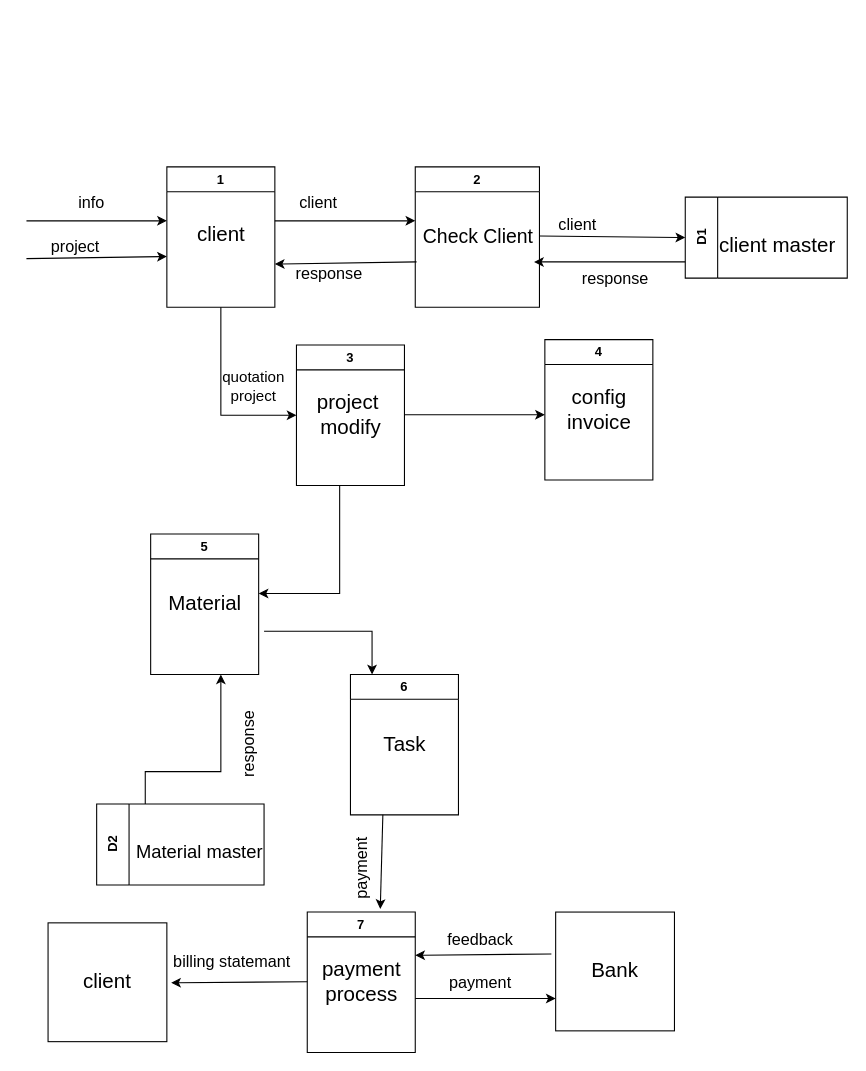
Foos-Abdullahi/final keeps this draw.io diagram as Construction_MT/Costruction Diagram/Level one Diagram.drawio. Above is the earlier version. Source tidied: cells renumbered, new cells numbered last; positions are measured from the earlier drawing's top-left corner, leaving out a move shared by most shapes. Both pictures are drawn from the tidied source at 108%, with x=0, y=0 at pixel (26, 166).
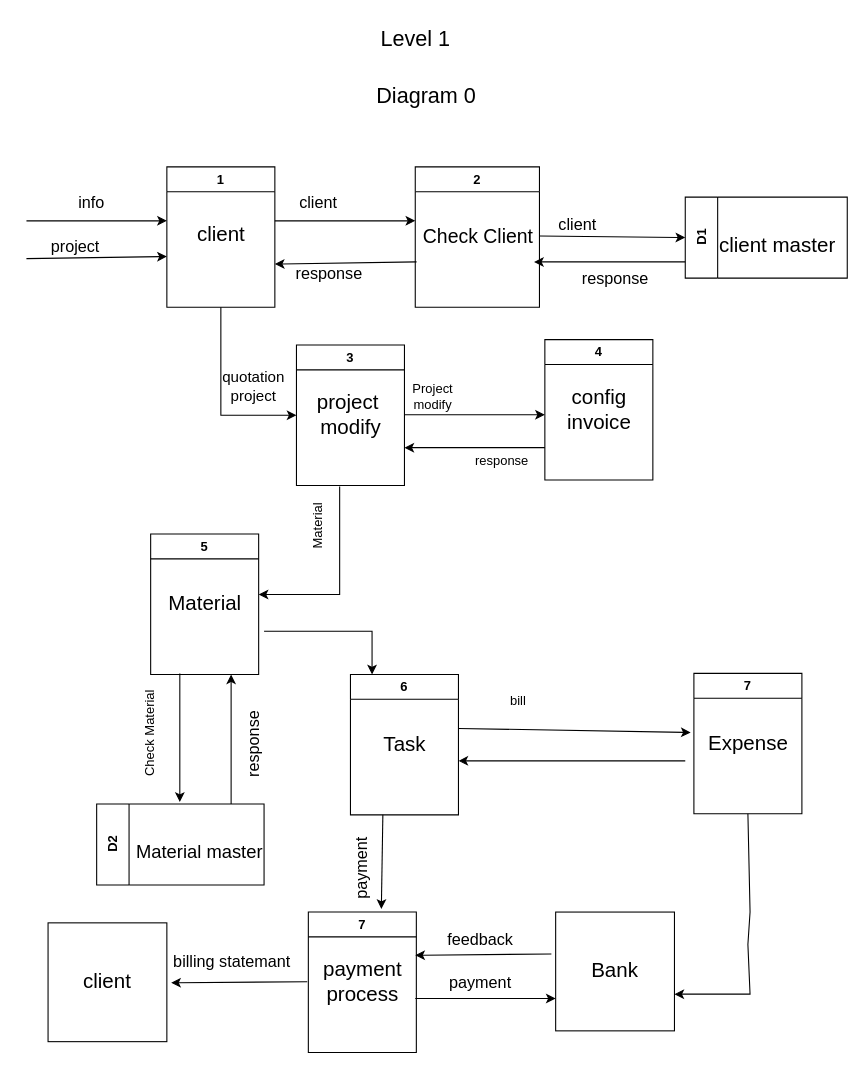
Above is the later version.

Diff of the diagram source:
```diff
@@
     <mxCell id="27" style="endArrow=classic;html=1;rounded=0;exitX=0.5;exitY=1;exitDx=0;exitDy=0;" parent="1" edge="1">
       <mxGeometry relative="1" as="geometry">
-        <mxPoint x="290" y="295" as="sourcePoint" />
-        <mxPoint x="215" y="395" as="targetPoint" />
+        <mxPoint x="290" y="296" as="sourcePoint" />
+        <mxPoint x="215" y="396" as="targetPoint" />
         <Array as="points">
-          <mxPoint x="290" y="395" />
+          <mxPoint x="290" y="396" />
         </Array>
       </mxGeometry>
     </mxCell>
@@
     <mxCell id="33" style="endArrow=classic;html=1;rounded=0;" parent="1" edge="1">
       <mxGeometry relative="1" as="geometry">
-        <mxPoint x="110" y="590" as="sourcePoint" />
-        <mxPoint x="180" y="470" as="targetPoint" />
-        <Array as="points">
-          <mxPoint x="110" y="560" />
-          <mxPoint x="180" y="560" />
-        </Array>
+        <mxPoint x="189.5" y="590" as="sourcePoint" />
+        <mxPoint x="189.5" y="470" as="targetPoint" />
       </mxGeometry>
     </mxCell>
@@
     <mxCell id="36" value="7" style="swimlane;whiteSpace=wrap;html=1;startSize=23;" parent="1" vertex="1">
-      <mxGeometry x="260" y="690" width="100" height="130" as="geometry" />
+      <mxGeometry x="261" y="690" width="100" height="130" as="geometry" />
     </mxCell>
@@
     <mxCell id="45" value="&lt;font style=&quot;font-size: 15px;&quot;&gt;response&lt;/font&gt;" style="text;html=1;align=center;verticalAlign=middle;strokeColor=none;fillColor=none;rotation=270;" parent="1" vertex="1">
-      <mxGeometry x="160" y="520" width="90" height="30" as="geometry" />
+      <mxGeometry x="165" y="520" width="90" height="30" as="geometry" />
     </mxCell>
@@
+    <mxCell id="49" value="&lt;font style=&quot;font-size: 20px;&quot;&gt;Level 1&lt;/font&gt;&lt;div style=&quot;font-size: 20px;&quot;&gt;&lt;br&gt;&lt;/div&gt;" style="text;html=1;align=center;verticalAlign=middle;strokeColor=none;fillColor=none;" parent="1" vertex="1">
+      <mxGeometry x="315" y="-137" width="90" height="60" as="geometry" />
+    </mxCell>
+    <mxCell id="50" value="&lt;font style=&quot;font-size: 20px;&quot;&gt;Diagram 0&lt;/font&gt;" style="text;html=1;align=center;verticalAlign=middle;strokeColor=none;fillColor=none;" parent="1" vertex="1">
+      <mxGeometry x="310" y="-87" width="120" height="40" as="geometry" />
+    </mxCell>
+    <mxCell id="51" value="7" style="swimlane;whiteSpace=wrap;html=1;startSize=23;" parent="1" vertex="1">
+      <mxGeometry x="618" y="469" width="100" height="130" as="geometry" />
+    </mxCell>
+    <mxCell id="52" value="&lt;div&gt;&lt;span style=&quot;font-size: 19px;&quot;&gt;Expense&lt;/span&gt;&lt;/div&gt;" style="text;html=1;align=center;verticalAlign=middle;points=[];strokeColor=none;fillColor=none;" parent="51" vertex="1">
+      <mxGeometry y="45" width="100" height="40" as="geometry" />
+    </mxCell>
+    <mxCell id="53" style="endArrow=classic;html=1;rounded=0;entryX=1;entryY=0.727;entryDx=0;entryDy=0;entryPerimeter=0;exitX=0.5;exitY=1;exitDx=0;exitDy=0;" parent="1" edge="1" source="51">
+      <mxGeometry relative="1" as="geometry">
+        <mxPoint x="600" y="766" as="targetPoint" />
+        <Array as="points">
+          <mxPoint x="670" y="690" />
+          <mxPoint x="668" y="720" />
+          <mxPoint x="670" y="766" />
+        </Array>
+      </mxGeometry>
+    </mxCell>
+    <mxCell id="54" style="endArrow=classic;html=1;rounded=0;entryX=-0.03;entryY=0.244;entryDx=0;entryDy=0;entryPerimeter=0;" parent="1" edge="1" target="52">
+      <mxGeometry relative="1" as="geometry">
+        <mxPoint x="400" y="520" as="sourcePoint" />
+      </mxGeometry>
+    </mxCell>
+    <mxCell id="55" style="endArrow=classic;html=1;rounded=0;" parent="1" edge="1">
+      <mxGeometry relative="1" as="geometry">
+        <mxPoint x="610" y="550" as="sourcePoint" />
+        <mxPoint x="400" y="550" as="targetPoint" />
+      </mxGeometry>
+    </mxCell>
+    <mxCell id="56" value="Project&lt;div&gt;modify&lt;/div&gt;" style="text;html=1;align=center;verticalAlign=middle;strokeColor=none;fillColor=none;" parent="1" vertex="1">
+      <mxGeometry x="346" y="193" width="60" height="40" as="geometry" />
+    </mxCell>
+    <mxCell id="57" style="endArrow=classic;html=1;rounded=0;" parent="1" edge="1">
+      <mxGeometry relative="1" as="geometry">
+        <mxPoint x="480" y="260" as="sourcePoint" />
+        <mxPoint x="350" y="260" as="targetPoint" />
+      </mxGeometry>
+    </mxCell>
+    <mxCell id="58" value="response" style="text;html=1;align=center;verticalAlign=middle;strokeColor=none;fillColor=none;" parent="1" vertex="1">
+      <mxGeometry x="405" y="258" width="70" height="30" as="geometry" />
+    </mxCell>
+    <mxCell id="59" value="Check Material" style="text;html=1;align=center;verticalAlign=middle;strokeColor=none;fillColor=none;rotation=270;" parent="1" vertex="1">
+      <mxGeometry x="65" y="510" width="100" height="30" as="geometry" />
+    </mxCell>
+    <mxCell id="60" value="Material" style="text;html=1;align=center;verticalAlign=middle;strokeColor=none;fillColor=none;rotation=270;" parent="1" vertex="1">
+      <mxGeometry x="235" y="318" width="70" height="30" as="geometry" />
+    </mxCell>
+    <mxCell id="61" style="endArrow=classic;html=1;rounded=0;" parent="1" edge="1">
+      <mxGeometry relative="1" as="geometry">
+        <mxPoint x="142" y="469" as="sourcePoint" />
+        <mxPoint x="142" y="588" as="targetPoint" />
+      </mxGeometry>
+    </mxCell>
+    <mxCell id="62" value="bill" style="text;html=1;align=center;verticalAlign=middle;strokeColor=none;fillColor=none;" parent="1" vertex="1">
+      <mxGeometry x="435" y="480" width="40" height="30" as="geometry" />
+    </mxCell>
```
